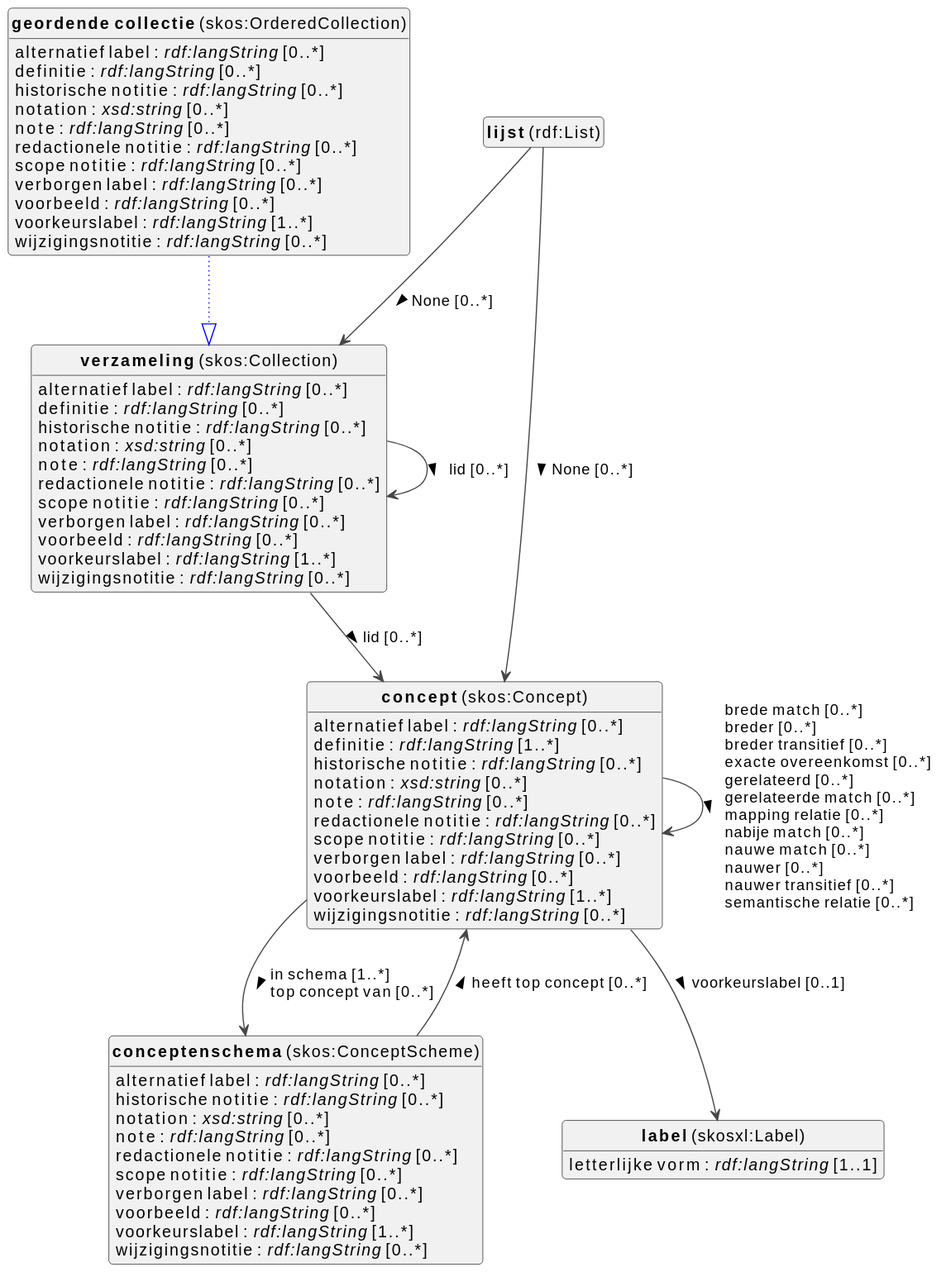
viaacode/documentation-jekyll keeps this PlantUML diagram as docs/metadata/knowledge-graph/0.0.1/terms/nl/terms-diagram.svg. Above is the earlier version.
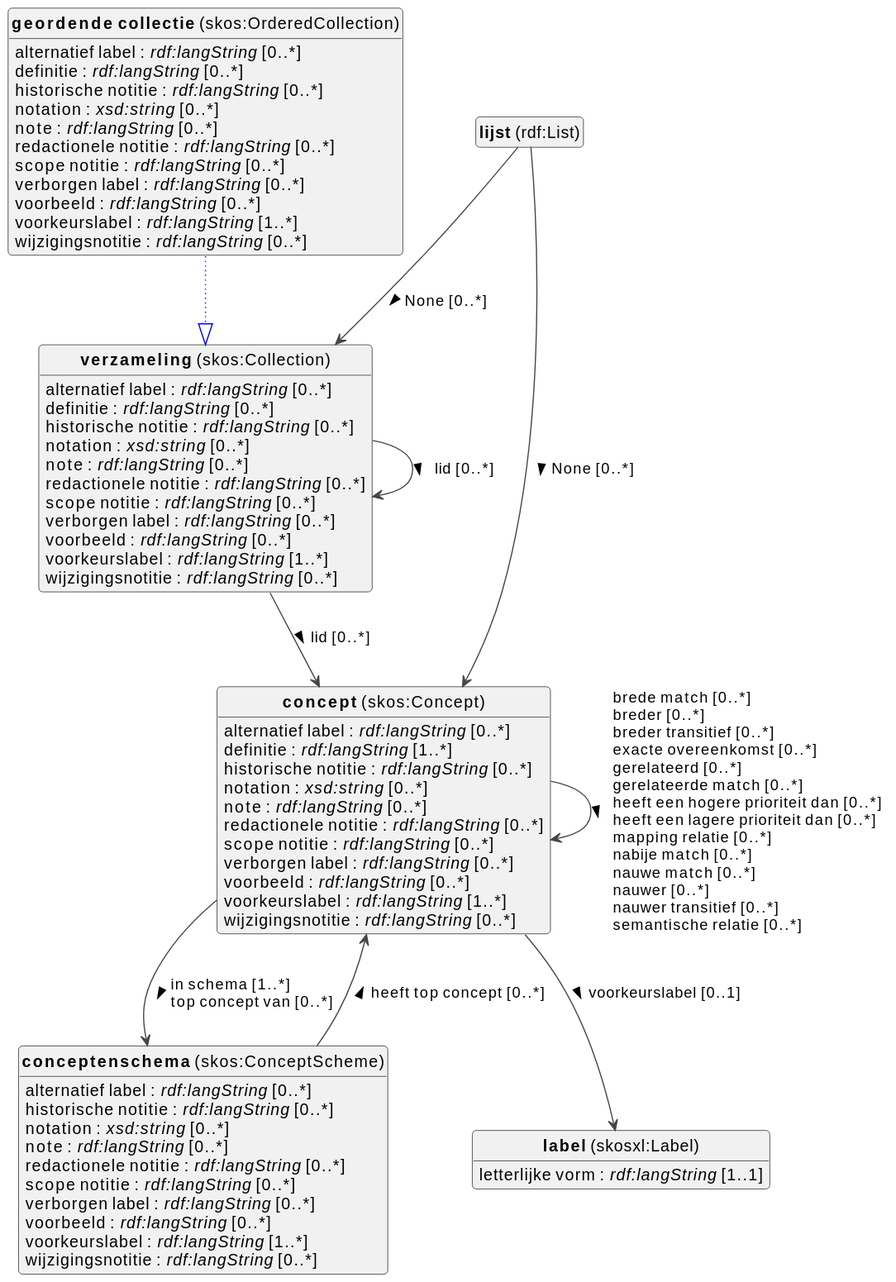
After the change.

Change to the diagram source:
```diff
@@ -31,7 +31,7 @@
 skos_Concept : voorkeurslabel : <i>rdf:langString</i> [1..*]
 skos_Concept : wijzigingsnotitie : <i>rdf:langString</i> [0..*]
 
-skos_Concept --> skos_Concept :brede match [0..*]  \lbreder [0..*]  \lbreder transitief [0..*]  \lexacte overeenkomst [0..*]  \lgerelateerd [0..*]  \lgerelateerde match [0..*]  \lmapping relatie [0..*]  \lnabije match [0..*]  \lnauwe match [0..*]  \lnauwer [0..*]  \lnauwer transitief [0..*]  \lsemantische relatie [0..*]  >
+skos_Concept --> skos_Concept :brede match [0..*]  \lbreder [0..*]  \lbreder transitief [0..*]  \lexacte overeenkomst [0..*]  \lgerelateerd [0..*]  \lgerelateerde match [0..*]  \lheeft een hogere prioriteit dan [0..*]  \lheeft een lagere prioriteit dan [0..*]  \lmapping relatie [0..*]  \lnabije match [0..*]  \lnauwe match [0..*]  \lnauwer [0..*]  \lnauwer transitief [0..*]  \lsemantische relatie [0..*]  >
 skos_Concept --> skos_ConceptScheme :in schema [1..*]  \ltop concept van [0..*]  >
 skos_Concept --> skosxl_Label :voorkeurslabel [0..1]  >
 
```
